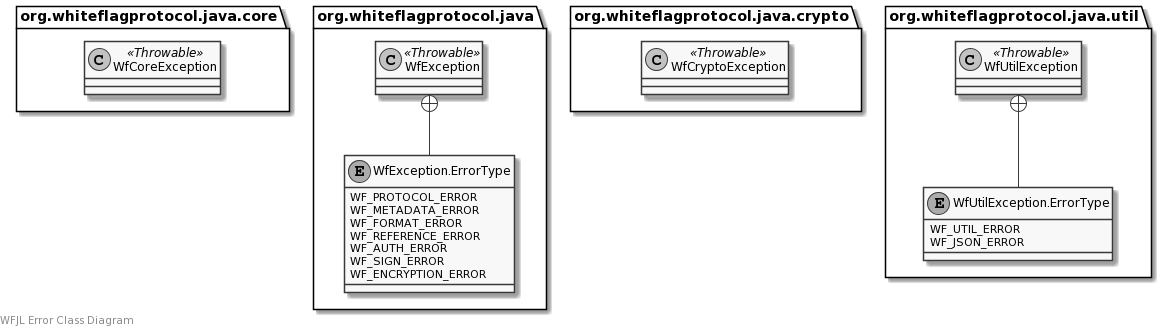
The PlantUML diagram docs/uml/errors.png in WhiteflagProtocol/whiteflag-java, before a commit.
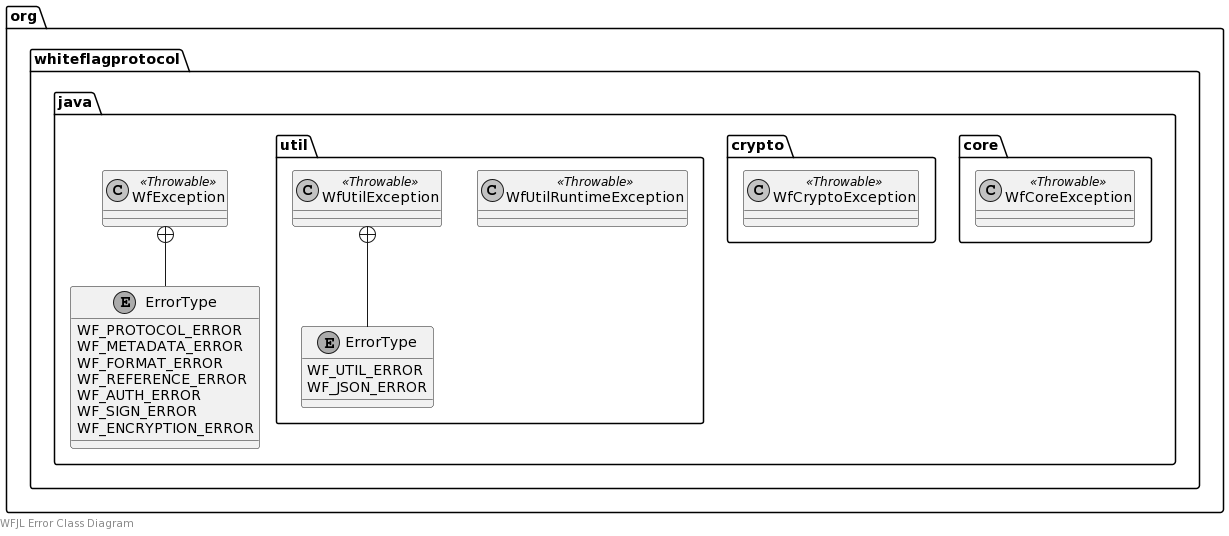
Above is the later version.

Change to the diagram source:
```diff
@@ -10,7 +10,7 @@
 
 package org.whiteflagprotocol.java {
     class WfException <<Throwable>>
-    enum WfException.ErrorType {
+    enum ErrorType {
         WF_PROTOCOL_ERROR
         WF_METADATA_ERROR
         WF_FORMAT_ERROR
@@ -19,7 +19,7 @@
         WF_SIGN_ERROR
         WF_ENCRYPTION_ERROR
     }
-    WfException +-- WfException.ErrorType
+    WfException +-- ErrorType
 }
 
 package org.whiteflagprotocol.java.crypto {
@@ -27,11 +27,12 @@
 }
 
 package org.whiteflagprotocol.java.util {
+    class WfUtilRuntimeException <<Throwable>>
     class WfUtilException <<Throwable>>
-    enum WfUtilException.ErrorType {
+    enum ErrorType {
         WF_UTIL_ERROR
         WF_JSON_ERROR
     }
-    WfUtilException +-- WfUtilException.ErrorType
+    WfUtilException +-- ErrorType
 }
 @enduml
```
